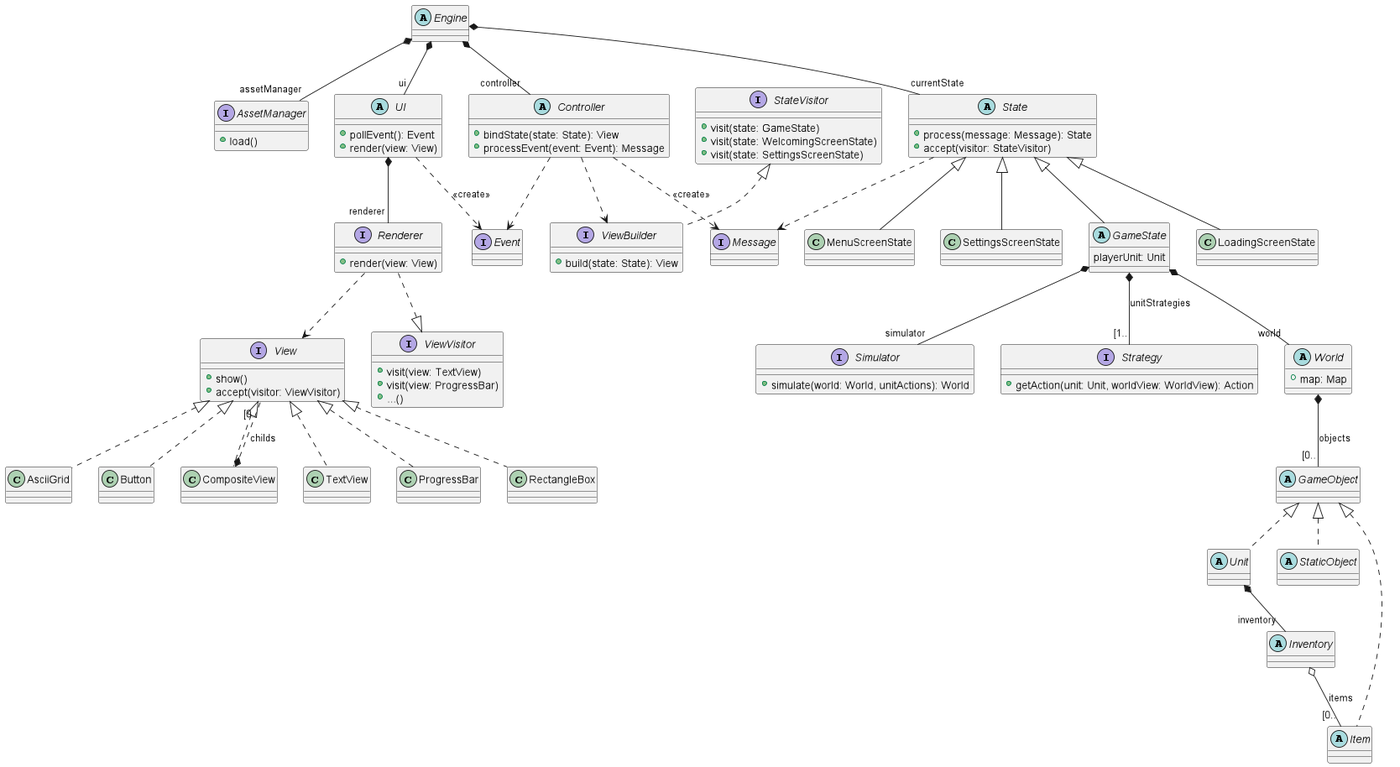
Earlier version of the PlantUML export docs/data/roguelike-class-diagram.png (Lana243/roguelike).
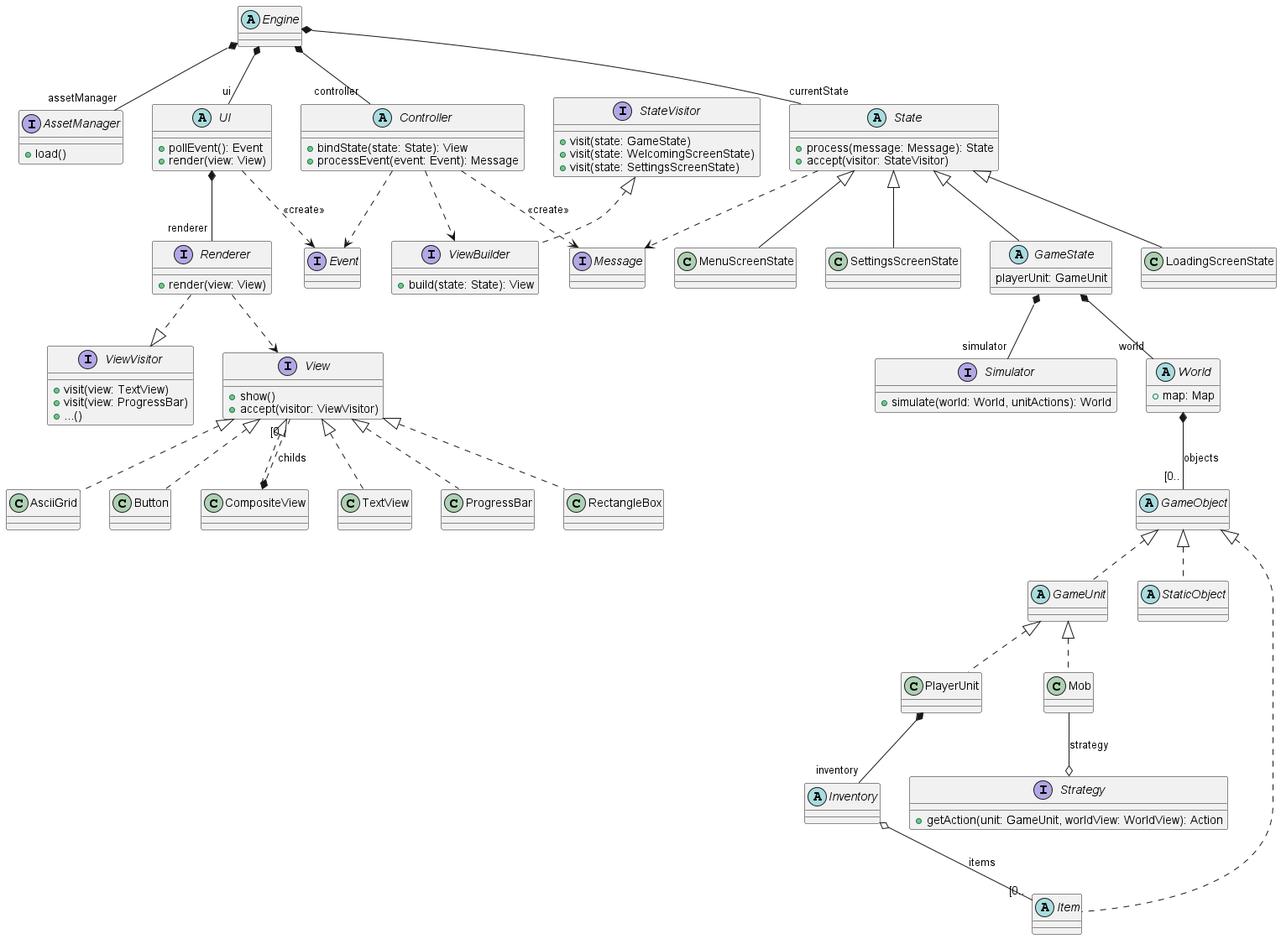
The same file after the commit.

What changed in the source:
```diff
@@ -25,7 +25,7 @@
 }
 
 interface Strategy {
-    + getAction(unit: Unit, worldView: WorldView): Action
+    + getAction(unit: GameUnit, worldView: WorldView): Action
 }
 
 abstract class World {
@@ -34,7 +34,14 @@
 
 abstract class GameObject
 
-abstract class Unit
+abstract class GameUnit
+
+class Mob
+
+GameUnit <|.. Mob
+GameUnit <|.. PlayerUnit
+
+Mob --o Strategy : "strategy"
 
 abstract class StaticObject
 
@@ -44,9 +51,9 @@
 
 Inventory o-- "[0.." Item : "items"
 
-Unit *-- "inventory" Inventory
+PlayerUnit *-- "inventory" Inventory
 
-GameObject <|.. Unit
+GameObject <|.. GameUnit
 GameObject <|.. StaticObject
 GameObject <|.. Item
 
@@ -78,7 +85,7 @@
 class SettingsScreenState
 
 abstract class GameState {
-    playerUnit: Unit
+    playerUnit: GameUnit
 }
 
 class LoadingScreenState
@@ -91,7 +98,6 @@
 
 
 GameState *-- "world" World
-GameState *-- "[1.." Strategy : "unitStrategies"
 GameState *-- "simulator" Simulator
 
 interface ViewBuilder {
```
